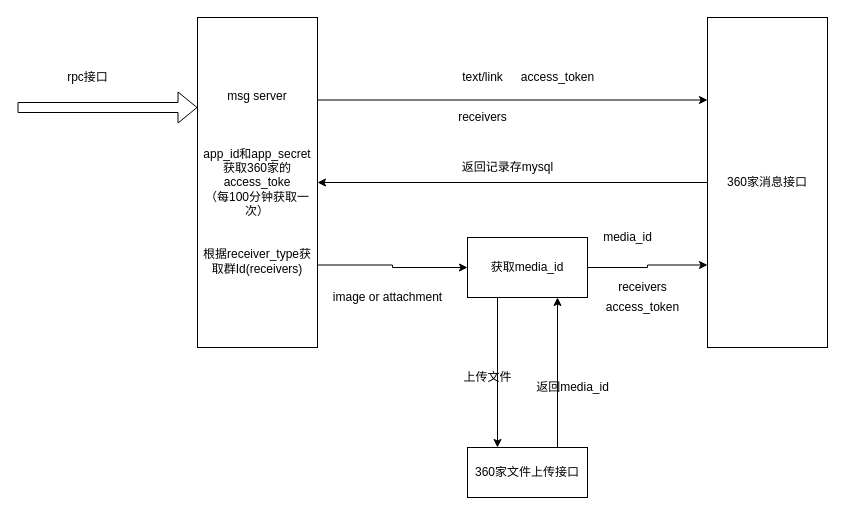
Earlier version of the draw.io diagram msg.drawio (whscout/resume). Source tidied: cells renumbered, new cells numbered last; positions are measured from the earlier drawing's top-left corner, leaving out a move shared by most shapes. Both pictures are drawn from the tidied source at 100%, with x=0, y=0 at pixel (17, 17).
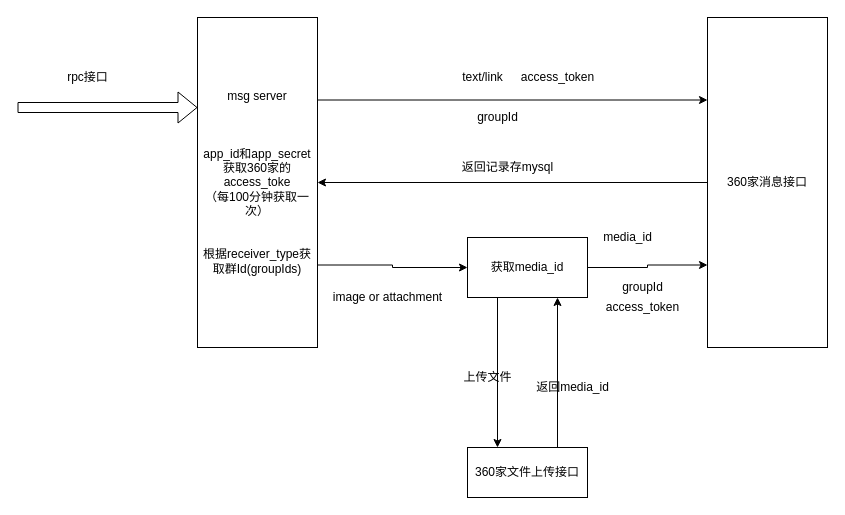
Above is the later version.

Change to the diagram source:
```diff
@@
-    <mxCell id="6" value="msg server&lt;br&gt;&lt;br&gt;&lt;br&gt;&lt;br&gt;app_id和app_secret获取360家的access_toke&lt;br&gt;（每100分钟获取一次）&lt;br&gt;&lt;br&gt;&lt;br&gt;根据receiver_type获取群Id(receivers)" style="rounded=0;whiteSpace=wrap;html=1;" parent="1" vertex="1">
+    <mxCell id="6" value="msg server&lt;br&gt;&lt;br&gt;&lt;br&gt;&lt;br&gt;app_id和app_secret获取360家的access_toke&lt;br&gt;（每100分钟获取一次）&lt;br&gt;&lt;br&gt;&lt;br&gt;根据receiver_type获取群Id(groupIds)" style="rounded=0;whiteSpace=wrap;html=1;" parent="1" vertex="1">
       <mxGeometry x="180" width="120" height="330" as="geometry" />
     </mxCell>
@@
-    <mxCell id="12" value="receivers" style="text;html=1;align=center;verticalAlign=middle;" parent="1" vertex="1">
-      <mxGeometry x="435" y="90" width="60" height="20" as="geometry" />
-    </mxCell>
@@
-    <mxCell id="21" value="receivers" style="text;html=1;align=center;verticalAlign=middle;" parent="1" vertex="1">
-      <mxGeometry x="595" y="260" width="60" height="20" as="geometry" />
-    </mxCell>
@@
+    <mxCell id="24" value="groupId&lt;br&gt;" style="text;html=1;align=center;verticalAlign=middle;" parent="1" vertex="1">
+      <mxGeometry x="450" y="90" width="60" height="20" as="geometry" />
+    </mxCell>
+    <mxCell id="25" value="groupId" style="text;html=1;align=center;verticalAlign=middle;" parent="1" vertex="1">
+      <mxGeometry x="595" y="260" width="60" height="20" as="geometry" />
+    </mxCell>
```
